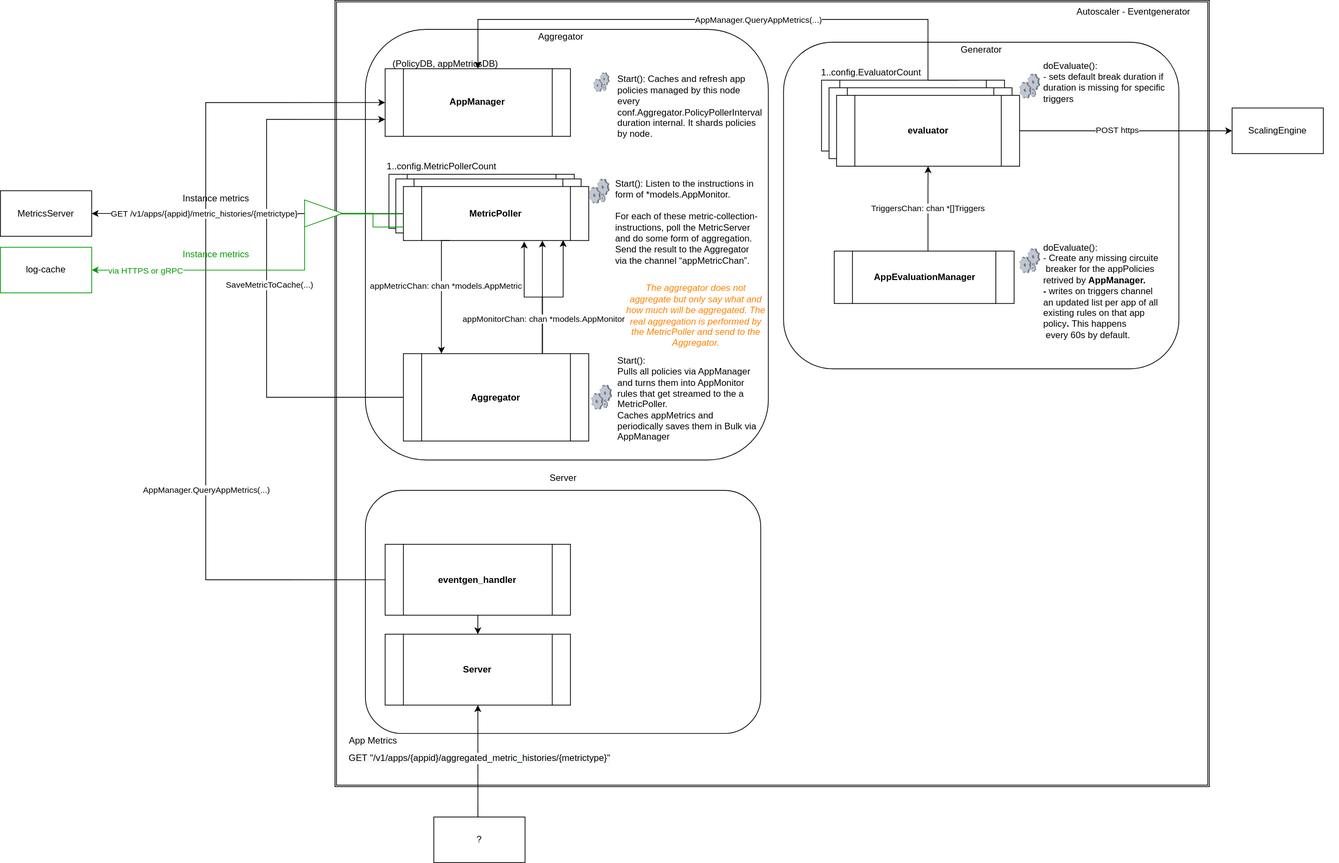
Earlier version of the draw.io export docs/eventgenerator_proposal.svg (cloudfoundry/app-autoscaler-release). Source tidied: cells renumbered, new cells last; positions are measured from the earlier drawing's top-left corner, leaving out a move shared by most shapes.
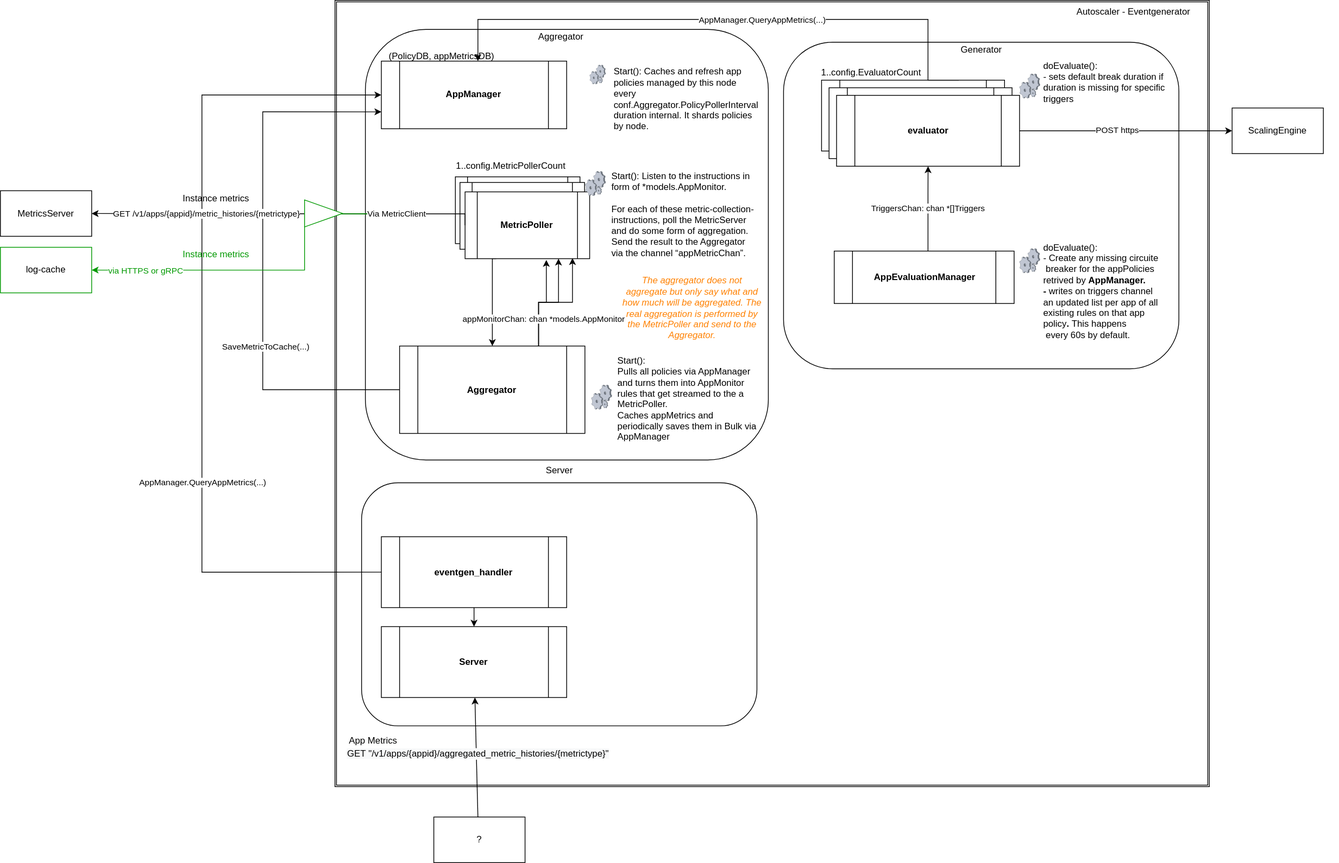
After the commit.

Commit message:
Update eventgenerator proposal

What changed in the source:
```diff
@@ -9,7 +9,7 @@
       <mxGeometry x="480" y="38.3" width="530" height="566.7" as="geometry" />
     </mxCell>
     <mxCell id="4" style="group;align=left;" parent="1" vertex="1">
-      <mxGeometry x="480" y="65" width="700" height="900" as="geometry" />
+      <mxGeometry x="475" y="55" width="700" height="900" as="geometry" />
     </mxCell>
     <mxCell id="5" style="edgeStyle=orthogonalEdgeStyle;rounded=0;jettySize=auto;html=1;exitX=0.75;exitY=0;exitDx=0;exitDy=0;entryX=0.75;entryY=1;entryDx=0;entryDy=0;horizontal=1;verticalAlign=top;endArrow=classic;endFill=1;" parent="4" edge="1" source="10" target="19">
       <mxGeometry relative="1" as="geometry" />
@@ -29,7 +29,9 @@
       </mxGeometry>
     </mxCell>
     <mxCell id="9" value="SaveMetricToCache(...)" style="edgeLabel;html=1;align=center;verticalAlign=middle;fontColor=#000000;" parent="8" vertex="1">
-      <mxGeometry x="-0.07" y="-3" relative="1" as="geometry" />
+      <mxGeometry x="-0.07" y="-3" relative="1" as="geometry">
+        <mxPoint y="91" as="offset" />
+      </mxGeometry>
     </mxCell>
     <mxCell id="10" value="&lt;b&gt;Aggregator&lt;/b&gt;" style="shape=process;whiteSpace=wrap;html=1;backgroundOutline=1;" parent="4" vertex="1">
       <mxGeometry x="50" y="400" width="243.8" height="115" as="geometry" />
@@ -44,37 +46,23 @@
       <mxGeometry y="28.6" width="243.8" height="89" as="geometry" />
     </mxCell>
     <mxCell id="14" style="group;" parent="4" vertex="1">
-      <mxGeometry x="26" y="150" width="267.8" height="101.1" as="geometry" />
+      <mxGeometry x="120" y="160" width="180" height="125" as="geometry" />
     </mxCell>
     <mxCell id="15" style="group;" parent="14" vertex="1">
-      <mxGeometry width="267.8" height="101.1" as="geometry" />
+      <mxGeometry width="180" height="125" as="geometry" />
     </mxCell>
     <mxCell id="16" value="&lt;b&gt;MetricPoller&lt;/b&gt;" style="shape=process;whiteSpace=wrap;html=1;backgroundOutline=1;" parent="15" vertex="1">
-      <mxGeometry x="5" y="14" width="243.8" height="71.1" as="geometry" />
+      <mxGeometry x="3.4" y="17.3" width="163.9" height="87.9" as="geometry" />
     </mxCell>
     <mxCell id="17" value="1..config.MetricPollerCount" style="text;html=1;align=center;verticalAlign=middle;strokeColor=none;fillColor=none;" parent="15" vertex="1">
-      <mxGeometry x="-6" y="-6" width="160" height="20" as="geometry" />
+      <mxGeometry x="-4" y="-7.4" width="160" height="20" as="geometry" />
     </mxCell>
     <mxCell id="18" value="&lt;b&gt;MetricPoller&lt;/b&gt;" style="shape=process;whiteSpace=wrap;html=1;backgroundOutline=1;" parent="15" vertex="1">
-      <mxGeometry x="14" y="20" width="243.8" height="71.1" as="geometry" />
+      <mxGeometry x="9.4" y="24.7" width="163.9" height="87.9" as="geometry" />
     </mxCell>
     <mxCell id="19" value="&lt;b&gt;MetricPoller&lt;/b&gt;" style="shape=process;whiteSpace=wrap;html=1;backgroundOutline=1;" parent="15" vertex="1">
-      <mxGeometry x="24" y="30" width="243.8" height="71.1" as="geometry" />
+      <mxGeometry x="16.1" y="37.1" width="163.9" height="87.9" as="geometry" />
     </mxCell>
-    <mxCell id="20" style="edgeStyle=orthogonalEdgeStyle;rounded=0;jettySize=auto;html=1;exitX=0.25;exitY=1;exitDx=0;exitDy=0;" parent="4" edge="1" source="19">
-      <mxGeometry relative="1" as="geometry">
-        <mxPoint x="100" y="400" as="targetPoint" />
-        <Array as="points">
-          <mxPoint x="100" y="251" />
-          <mxPoint x="100" y="400" />
-        </Array>
-      </mxGeometry>
-    </mxCell>
-    <mxCell id="21" value="&lt;div&gt;appMetricChan: chan *models.AppMetric&lt;br&gt;&lt;/div&gt;" style="edgeLabel;html=1;align=center;verticalAlign=middle;" parent="20" vertex="1">
-      <mxGeometry x="-0.39" y="1" relative="1" as="geometry">
-        <mxPoint x="4" y="21" as="offset" />
-      </mxGeometry>
-    </mxCell>
     <mxCell id="22" value="&lt;i&gt;&lt;font color=&quot;#ff8000&quot;&gt;The aggregator does not aggregate but only say what and how much will be aggregated. The real aggregation is performed by the MetricPoller and send to the Aggregator.&lt;/font&gt;&lt;/i&gt;" style="text;html=1;strokeColor=none;fillColor=none;align=center;verticalAlign=middle;whiteSpace=wrap;rounded=0;" parent="4" vertex="1">
       <mxGeometry x="340" y="300" width="190" height="100" as="geometry" />
     </mxCell>
@@ -121,6 +109,13 @@
         <mxPoint x="-1" y="168" as="offset" />
       </mxGeometry>
     </mxCell>
+    <mxCell id="76" style="edgeStyle=orthogonalEdgeStyle;rounded=0;jettySize=auto;html=1;exitX=0.25;exitY=1;exitDx=0;exitDy=0;" parent="4" edge="1" source="19" target="10">
+      <mxGeometry relative="1" as="geometry">
+        <Array as="points">
+          <mxPoint x="172" y="285" />
+        </Array>
+      </mxGeometry>
+    </mxCell>
     <mxCell id="35" value="Autoscaler - Eventgenerator" style="text;html=1;align=center;verticalAlign=middle;strokeColor=none;fillColor=none;" parent="1" vertex="1">
       <mxGeometry x="1405" y="5" width="170" height="20" as="geometry" />
     </mxCell>
@@ -199,7 +194,7 @@
     </mxCell>
     <mxCell id="57" value="GET&amp;nbsp;/v1/apps/{appid}/metric_histories/{metrictype}" style="edgeLabel;html=1;align=center;verticalAlign=middle;fontColor=#000000;" parent="56" vertex="1">
       <mxGeometry x="0.32" y="-1" relative="1" as="geometry">
-        <mxPoint x="8" y="1" as="offset" />
+        <mxPoint x="-21" y="1" as="offset" />
       </mxGeometry>
     </mxCell>
     <mxCell id="58" value="MetricsServer" style="rounded=0;whiteSpace=wrap;html=1;" parent="1" vertex="1">
@@ -260,6 +255,11 @@
         <mxPoint x="-45" as="offset" />
       </mxGeometry>
     </mxCell>
+    <mxCell id="77" value="Via MetricClient" style="edgeLabel;html=1;align=center;verticalAlign=middle;" parent="69" vertex="1">
+      <mxGeometry x="-0.37" y="-1" relative="1" as="geometry">
+        <mxPoint x="47" as="offset" />
+      </mxGeometry>
+    </mxCell>
     <mxCell id="71" value="log-cache" style="rounded=0;whiteSpace=wrap;html=1;fillColor=#FFFFFF;strokeColor=#009900;" parent="1" vertex="1">
       <mxGeometry y="325" width="120" height="60" as="geometry" />
     </mxCell>
@@ -269,9 +269,6 @@
     <mxCell id="73" style="triangle;whiteSpace=wrap;html=1;fontColor=#000000;strokeColor=#009900;fillColor=#FFFFFF;" parent="1" vertex="1">
       <mxGeometry x="400" y="262.6" width="50" height="35.6" as="geometry" />
     </mxCell>
-    <mxCell id="74" style="edgeStyle=orthogonalEdgeStyle;rounded=0;jettySize=auto;html=1;exitX=0;exitY=0.75;exitDx=0;exitDy=0;fontColor=#000000;endArrow=none;endFill=1;strokeColor=#009900;strokeWidth=1;fillColor=#006600;entryX=1;entryY=0.5;entryDx=0;entryDy=0;" parent="1" edge="1" source="19" target="73">
-      <mxGeometry relative="1" as="geometry" />
-    </mxCell>
     <mxCell id="75" value="Instance metrics&amp;nbsp;" style="text;html=1;align=center;verticalAlign=middle;strokeColor=none;fillColor=none;fontColor=#009900;" parent="1" vertex="1">
       <mxGeometry x="230" y="325" width="110" height="20" as="geometry" />
     </mxCell>
```
